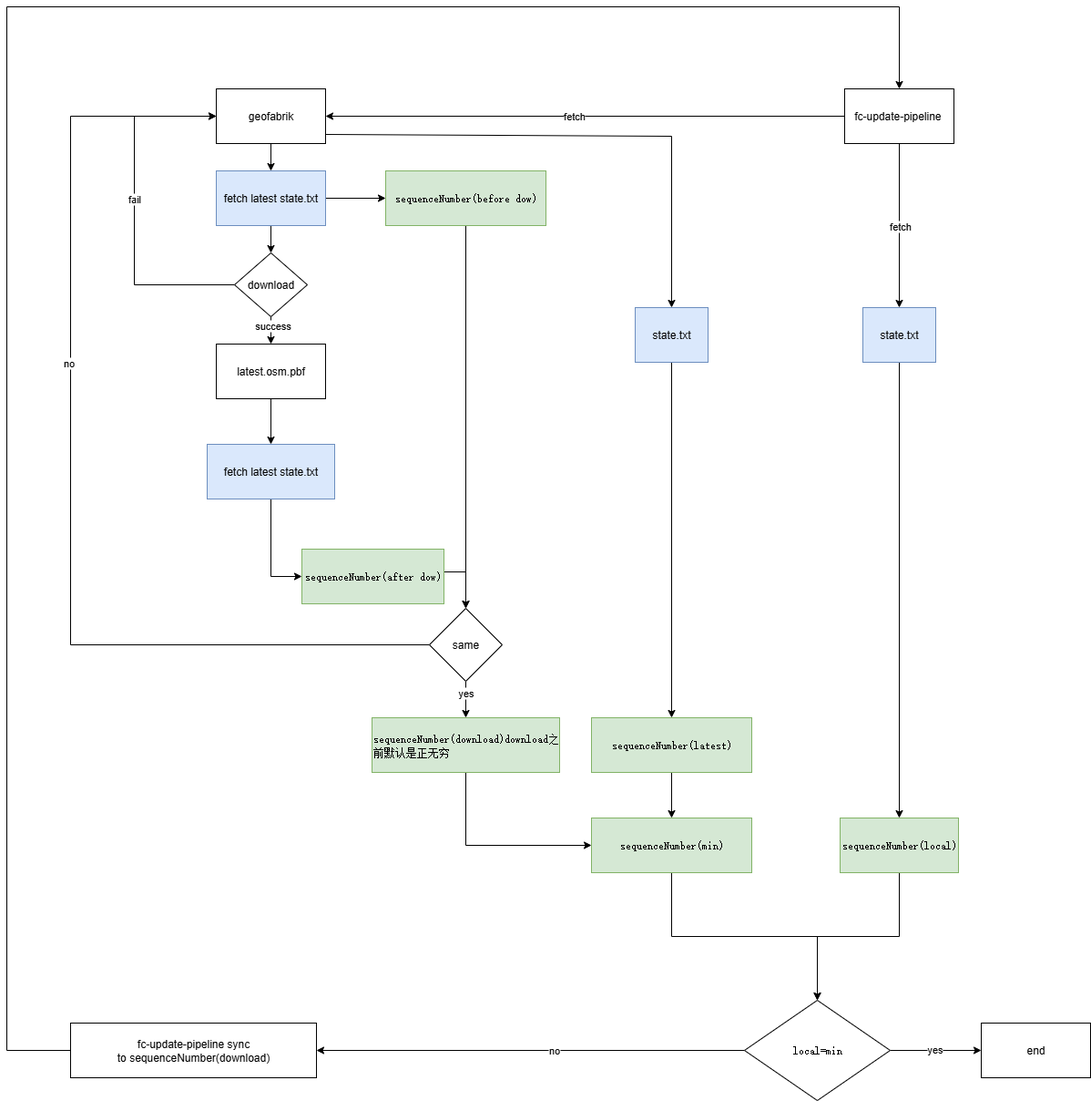
This is fc update.drawio.png from 472542625/drawio, a draw.io export, as it was before one commit. Source tidied: cells renumbered, new cells last; positions are measured from the earlier drawing's top-left corner, leaving out a move shared by most shapes.
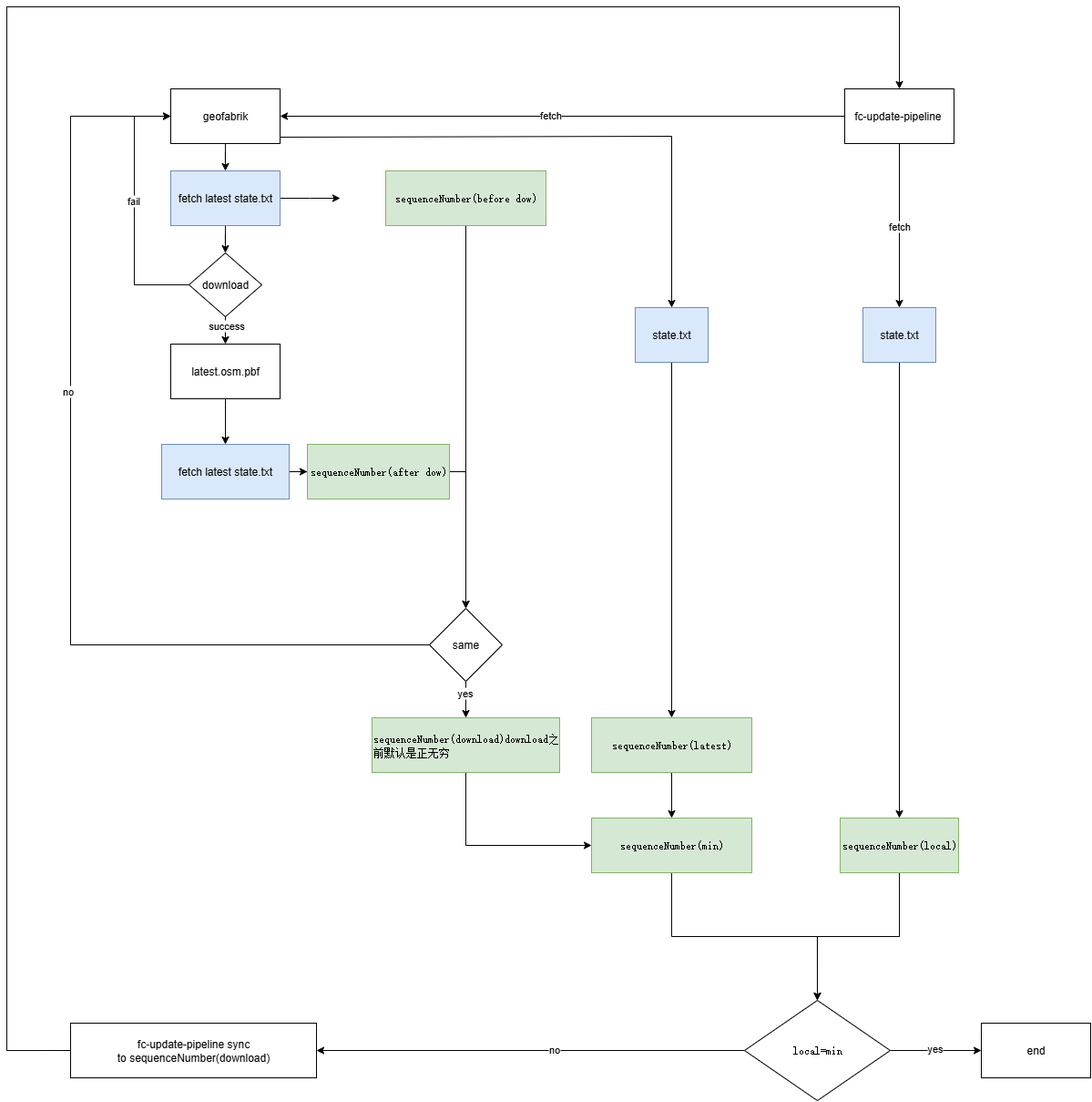
The same file after the commit.

Diff of the diagram source:
```diff
@@ -6,19 +6,19 @@
       <mxGeometry relative="1" as="geometry" />
     </mxCell>
     <mxCell id="3" value="geofabrik" style="rounded=0;whiteSpace=wrap;html=1;" parent="1" vertex="1">
-      <mxGeometry x="230" y="90" width="120" height="60" as="geometry" />
+      <mxGeometry x="180" y="90" width="120" height="60" as="geometry" />
     </mxCell>
     <mxCell id="4" style="edgeStyle=orthogonalEdgeStyle;rounded=0;jettySize=auto;html=1;entryX=0.5;entryY=0;entryDx=0;entryDy=0;" parent="1" edge="1" source="5" target="7">
       <mxGeometry relative="1" as="geometry" />
     </mxCell>
     <mxCell id="5" value="latest.osm.pbf" style="rounded=0;whiteSpace=wrap;html=1;" parent="1" vertex="1">
-      <mxGeometry x="230" y="370" width="120" height="60" as="geometry" />
+      <mxGeometry x="180" y="370" width="120" height="60" as="geometry" />
     </mxCell>
-    <mxCell id="6" style="edgeStyle=orthogonalEdgeStyle;rounded=0;jettySize=auto;html=1;entryX=0;entryY=0.5;entryDx=0;entryDy=0;" parent="1" edge="1" source="7" target="19">
+    <mxCell id="6" style="edgeStyle=orthogonalEdgeStyle;rounded=0;jettySize=auto;html=1;" parent="1" edge="1" source="7" target="19">
       <mxGeometry relative="1" as="geometry" />
     </mxCell>
     <mxCell id="7" value="fetch latest state.txt" style="rounded=0;whiteSpace=wrap;html=1;fillColor=#dae8fc;strokeColor=#6c8ebf;" parent="1" vertex="1">
-      <mxGeometry x="220" y="480" width="140" height="60" as="geometry" />
+      <mxGeometry x="170" y="480" width="140" height="60" as="geometry" />
     </mxCell>
     <mxCell id="8" style="edgeStyle=orthogonalEdgeStyle;rounded=0;jettySize=auto;html=1;entryX=0.5;entryY=0;entryDx=0;entryDy=0;" parent="1" edge="1" source="12" target="21">
       <mxGeometry relative="1" as="geometry" />
@@ -55,17 +55,17 @@
       </mxGeometry>
     </mxCell>
     <mxCell id="17" value="download" style="rhombus;whiteSpace=wrap;html=1;direction=south;" parent="1" vertex="1">
-      <mxGeometry x="250" y="270" width="80" height="70" as="geometry" />
+      <mxGeometry x="200" y="270" width="80" height="70" as="geometry" />
     </mxCell>
     <mxCell id="18" style="edgeStyle=orthogonalEdgeStyle;rounded=0;jettySize=auto;html=1;entryX=0;entryY=0.5;entryDx=0;entryDy=0;" parent="1" edge="1" source="19" target="38">
       <mxGeometry relative="1" as="geometry">
         <Array as="points">
-          <mxPoint x="504" y="620" />
+          <mxPoint x="504" y="510" />
         </Array>
       </mxGeometry>
     </mxCell>
     <mxCell id="19" value="&lt;pre style=&quot;text-align: start; overflow-wrap: break-word; text-wrap-mode: wrap;&quot;&gt;sequenceNumber(after dow)&lt;/pre&gt;" style="rounded=0;whiteSpace=wrap;html=1;fillColor=#d5e8d4;strokeColor=#82b366;" parent="1" vertex="1">
-      <mxGeometry x="324" y="595" width="156" height="60" as="geometry" />
+      <mxGeometry x="330" y="480" width="156" height="60" as="geometry" />
     </mxCell>
     <mxCell id="20" style="edgeStyle=orthogonalEdgeStyle;rounded=0;jettySize=auto;html=1;" parent="1" edge="1" source="21" target="23">
       <mxGeometry relative="1" as="geometry" />
@@ -105,11 +105,13 @@
     <mxCell id="29" style="edgeStyle=orthogonalEdgeStyle;rounded=0;jettySize=auto;html=1;" parent="1" edge="1" source="31" target="17">
       <mxGeometry relative="1" as="geometry" />
     </mxCell>
-    <mxCell id="30" style="edgeStyle=orthogonalEdgeStyle;rounded=0;jettySize=auto;html=1;entryX=0;entryY=0.5;entryDx=0;entryDy=0;" parent="1" edge="1" source="31" target="33">
-      <mxGeometry relative="1" as="geometry" />
+    <mxCell id="30" style="edgeStyle=orthogonalEdgeStyle;rounded=0;jettySize=auto;html=1;entryX=0;entryY=0.5;entryDx=0;entryDy=0;" parent="1" edge="1" source="31">
+      <mxGeometry relative="1" as="geometry">
+        <mxPoint x="366" y="210" as="targetPoint" />
+      </mxGeometry>
     </mxCell>
     <mxCell id="31" value="fetch latest state.txt" style="rounded=0;whiteSpace=wrap;html=1;fillColor=#dae8fc;strokeColor=#6c8ebf;" parent="1" vertex="1">
-      <mxGeometry x="230" y="180" width="120" height="60" as="geometry" />
+      <mxGeometry x="180" y="180" width="120" height="60" as="geometry" />
     </mxCell>
     <mxCell id="32" style="edgeStyle=orthogonalEdgeStyle;rounded=0;jettySize=auto;html=1;entryX=0;entryY=0.5;entryDx=0;entryDy=0;" parent="1" edge="1" source="33" target="38">
       <mxGeometry relative="1" as="geometry" />
@@ -157,7 +159,7 @@
     </mxCell>
     <mxCell id="43" style="endArrow=classic;html=1;rounded=0;entryX=0.5;entryY=0;entryDx=0;entryDy=0;" parent="1" edge="1" target="45">
       <mxGeometry relative="1" as="geometry">
-        <mxPoint x="350" y="140" as="sourcePoint" />
+        <mxPoint x="300" y="143" as="sourcePoint" />
         <Array as="points">
           <mxPoint x="730" y="142" />
         </Array>
```
